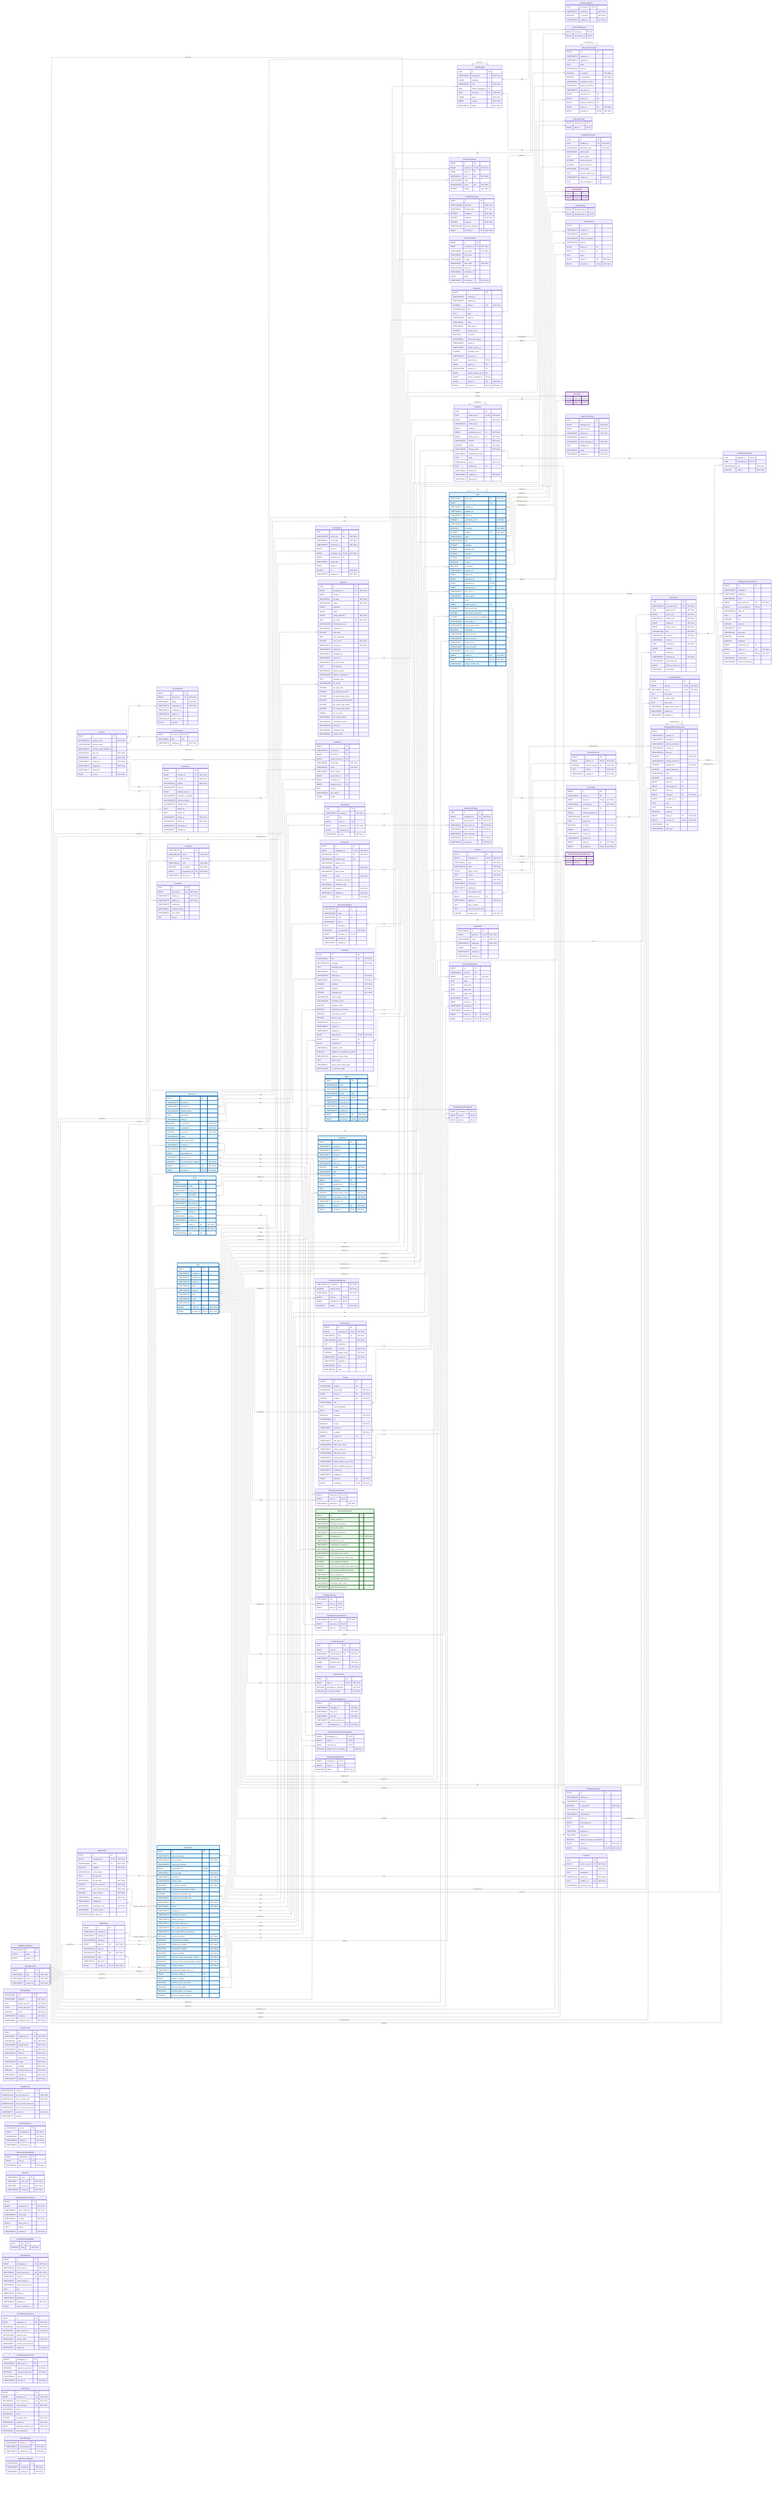
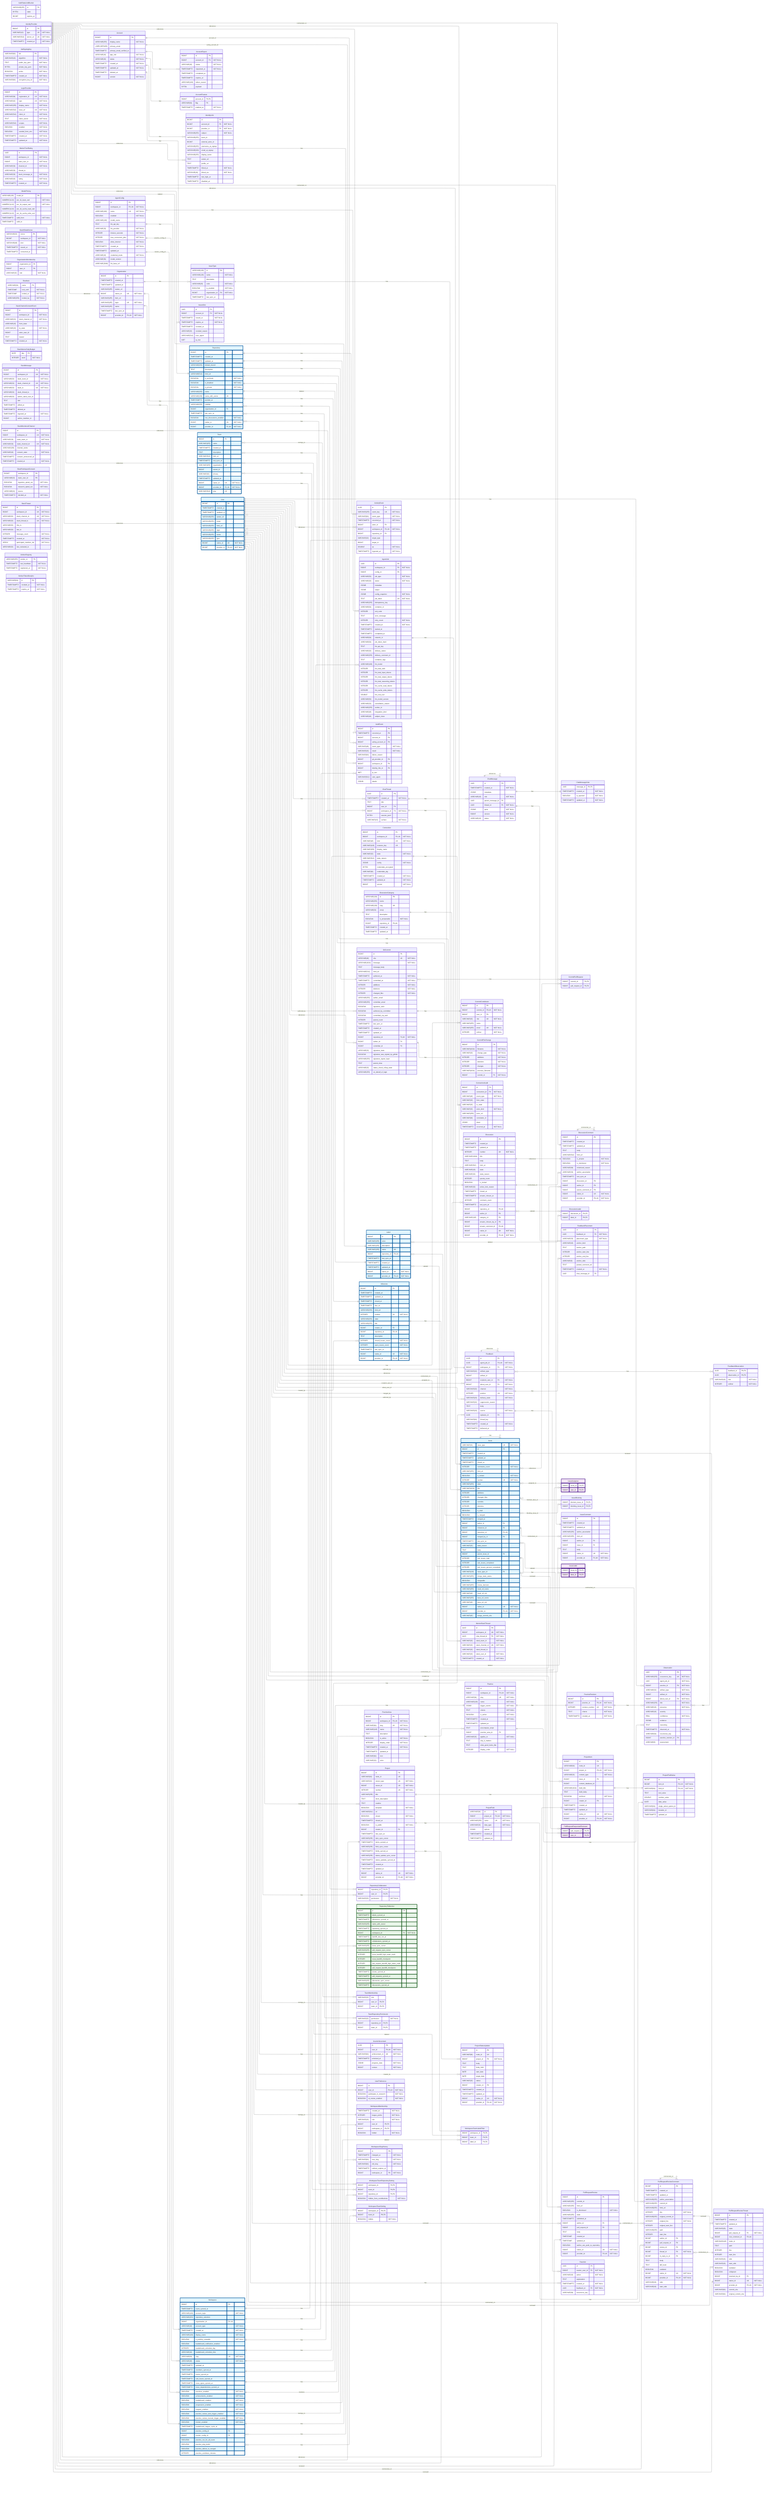
---
config:
    layout: elk
---
erDiagram
    %% Generated automatically from PostgreSQL database schema
    %% using scripts/generate-mermaid-erd.ts
    %% To regenerate: pnpm run db:generate-erd-docs

    direction LR

    Account {
        BIGINT id PK
        VARCHAR(255) display_name "NOT NULL"
        USER-DEFINED primary_email
        TIMESTAMPTZ primary_email_verified_at
        VARCHAR(16) app_role "NOT NULL"
        VARCHAR(16) status "NOT NULL"
        TIMESTAMPTZ created_at "NOT NULL"
        TIMESTAMPTZ updated_at "NOT NULL"
        TIMESTAMPTZ deleted_at
        BIGINT version "NOT NULL"
    }

    AccountExport {
        BIGINT id PK
        BIGINT account_id FK "NOT NULL"
        VARCHAR(16) status "NOT NULL"
        TIMESTAMPTZ requested_at "NOT NULL"
        TIMESTAMPTZ completed_at
        TIMESTAMPTZ expires_at
        VARCHAR(128) failure_reason
        BYTEA payload
    }

    AccountFeature {
        BIGINT account_id PK,FK
        VARCHAR(64) flag PK
        TIMESTAMPTZ enabled_at "NOT NULL"
    }

    ActivityEvent {
        UUID id PK
        VARCHAR(255) event_key UK "NOT NULL"
        VARCHAR(64) event_type "NOT NULL"
        TIMESTAMPTZ occurred_at "NOT NULL"
        BIGINT actor_id FK
        BIGINT workspace_id FK,UK "NOT NULL"
        BIGINT repository_id FK
        VARCHAR(32) target_type
        BIGINT target_id
        DOUBLE xp "NOT NULL"
        TIMESTAMPTZ ingested_at "NOT NULL"
    }

    AgentConfig {
        BIGINT id PK
        BIGINT workspace_id FK,UK "NOT NULL"
        VARCHAR(100) name UK "NOT NULL"
        BOOLEAN enabled "NOT NULL"
        VARCHAR(128) model_name
        TEXT llm_api_key
        VARCHAR(32) llm_provider "NOT NULL"
        INTEGER timeout_seconds "NOT NULL"
        INTEGER max_concurrent_jobs "NOT NULL"
        BOOLEAN allow_internet "NOT NULL"
        TIMESTAMPTZ created_at "NOT NULL"
        TIMESTAMPTZ updated_at
        VARCHAR(16) credential_mode "NOT NULL"
        VARCHAR(50) model_version
        VARCHAR(2048) llm_base_url
    }

    AgentJob {
        UUID id PK
        BIGINT workspace_id FK "NOT NULL"
        BIGINT config_id FK
        VARCHAR(50) job_type "NOT NULL"
        VARCHAR(20) status "NOT NULL"
        JSONB metadata
        JSONB output
        JSONB config_snapshot "NOT NULL"
        TEXT job_token UK "NOT NULL"
        VARCHAR(255) idempotency_key
        VARCHAR(64) container_id
        INTEGER exit_code
        TEXT error_message
        INTEGER retry_count "NOT NULL"
        TIMESTAMPTZ created_at "NOT NULL"
        TIMESTAMPTZ started_at
        TIMESTAMPTZ completed_at
        VARCHAR(64) network_id
        VARCHAR(64) job_token_hash
        TEXT llm_api_key
        VARCHAR(20) delivery_status
        VARCHAR(255) delivery_comment_id
        TEXT container_logs
        VARCHAR(100) llm_model
        INTEGER llm_total_calls
        INTEGER llm_total_input_tokens
        INTEGER llm_total_output_tokens
        INTEGER llm_total_reasoning_tokens
        INTEGER llm_cache_read_tokens
        INTEGER llm_cache_write_tokens
        DOUBLE llm_cost_usd
        VARCHAR(50) llm_model_version
        VARCHAR(32) cancellation_reason
        VARCHAR(255) worker_id
        VARCHAR(48) integration_kind
        VARCHAR(48) subject_class
    }

    AuthEvent {
        BIGINT id PK
        TIMESTAMPTZ occurred_at PK
        BIGINT account_id FK
        BIGINT acting_account_id FK
        VARCHAR(48) event_type "NOT NULL"
        VARCHAR(16) result "NOT NULL"
        VARCHAR(64) failure_reason
        BIGINT git_provider_id FK
        BIGINT workspace_id FK
        BIGINT identity_link_id FK
        INET ip_inet
        VARCHAR(512) user_agent
        JSONB details
    }

    AuthRateLimitBucket {
        VARCHAR(255) id PK
        BYTEA state
        BIGINT expires_at
    }

    ChatMessage {
        UUID id PK
        TIMESTAMPTZ created_at "NOT NULL"
        JSONB metadata
        VARCHAR(16) role "NOT NULL"
        UUID parent_message_id FK
        UUID thread_id FK "NOT NULL"
        JSONB parts "NOT NULL"
        BIGINT version "NOT NULL"
        VARCHAR(16) status "NOT NULL"
    }

    ChatMessageVote {
        UUID message_id PK,FK
        TIMESTAMPTZ created_at "NOT NULL"
        BOOLEAN is_upvoted "NOT NULL"
        TIMESTAMPTZ updated_at "NOT NULL"
    }

    ChatThread {
        UUID id PK
        TIMESTAMPTZ created_at "NOT NULL"
        TEXT title
        BIGINT user_id FK
        BIGINT workspace_id FK "NOT NULL"
        BYTEA session_jsonl
        VARCHAR(16) surface "NOT NULL"
    }

    CommitContributor {
        BIGINT id PK
        BIGINT commit_id FK,UK "NOT NULL"
        BIGINT user_id FK
        VARCHAR(32) role UK "NOT NULL"
        VARCHAR(255) name
        VARCHAR(255) email UK "NOT NULL"
        INTEGER ordinal "NOT NULL"
    }

    CommitFileChange {
        BIGINT id PK
        VARCHAR(1024) filename "NOT NULL"
        VARCHAR(32) change_type "NOT NULL"
        INTEGER additions "NOT NULL"
        INTEGER deletions "NOT NULL"
        INTEGER changes "NOT NULL"
        VARCHAR(1024) previous_filename
        BIGINT commit_id FK "NOT NULL"
    }

    CommitPullRequest {
        BIGINT commit_id PK,FK
        BIGINT pull_request_id PK,FK
    }

    Connection {
        BIGINT id PK
        BIGINT workspace_id FK,UK "NOT NULL"
        VARCHAR(48) kind UK "NOT NULL"
        VARCHAR(128) instance_key UK
        VARCHAR(256) display_name
        VARCHAR(32) state "NOT NULL"
        VARCHAR(512) state_reason
        JSONB config "NOT NULL"
        BYTEA credentials_encrypted
        VARCHAR(64) credentials_alg
        TIMESTAMPTZ created_at "NOT NULL"
        TIMESTAMPTZ updated_at "NOT NULL"
        BIGINT version "NOT NULL"
    }

    ConnectionAudit {
        BIGINT id PK
        BIGINT connection_id FK "NOT NULL"
        VARCHAR(48) event_type "NOT NULL"
        VARCHAR(32) from_state
        VARCHAR(32) to_state
        VARCHAR(32) actor_kind "NOT NULL"
        VARCHAR(256) actor_ref
        VARCHAR(64) correlation_id
        JSONB detail
        TIMESTAMPTZ occurred_at "NOT NULL"
    }

    Discussion {
        BIGINT id PK
        TIMESTAMPTZ created_at
        TIMESTAMPTZ updated_at
        INTEGER number UK "NOT NULL"
        VARCHAR(1024) title
        TEXT body
        VARCHAR(512) html_url
        VARCHAR(16) state
        VARCHAR(32) state_reason
        INTEGER upvote_count
        BOOLEAN is_locked
        VARCHAR(32) active_lock_reason
        TIMESTAMPTZ closed_at
        TIMESTAMPTZ answer_chosen_at
        INTEGER comment_count
        TIMESTAMPTZ last_sync_at
        BIGINT repository_id FK,UK
        BIGINT author_id FK
        VARCHAR(128) category_id FK
        BIGINT answer_chosen_by_id FK
        BIGINT answer_comment_id FK,UK
        BIGINT native_id UK "NOT NULL"
        BIGINT provider_id FK,UK "NOT NULL"
    }

    DiscussionCategory {
        VARCHAR(128) id PK
        VARCHAR(255) name
        VARCHAR(128) slug UK
        VARCHAR(32) emoji
        TEXT description
        BOOLEAN is_answerable "NOT NULL"
        BIGINT repository_id FK,UK
        TIMESTAMPTZ created_at
        TIMESTAMPTZ updated_at
    }

    DiscussionComment {
        BIGINT id PK
        TIMESTAMPTZ created_at
        TIMESTAMPTZ updated_at
        TEXT body
        VARCHAR(512) html_url
        BOOLEAN is_answer "NOT NULL"
        BOOLEAN is_minimized "NOT NULL"
        VARCHAR(64) minimized_reason
        VARCHAR(32) author_association
        TIMESTAMPTZ last_sync_at
        BIGINT discussion_id FK
        BIGINT author_id FK
        BIGINT parent_comment_id FK
        BIGINT native_id UK "NOT NULL"
        BIGINT provider_id FK,UK "NOT NULL"
    }

    DiscussionLabel {
        BIGINT discussion_id PK,FK
        BIGINT label_id PK,FK
    }

    Feedback {
        UUID id PK
        UUID agent_job_id FK,UK "NOT NULL"
        BIGINT workspace_id FK "NOT NULL"
        VARCHAR(32) artifact_type
        BIGINT artifact_id
        BIGINT recipient_user_id FK "NOT NULL"
        BIGINT about_user_id FK "NOT NULL"
        VARCHAR(32) channel "NOT NULL"
        INTEGER position UK "NOT NULL"
        VARCHAR(16) delivery_state "NOT NULL"
        VARCHAR(32) suppression_reason
        TEXT body
        VARCHAR(16) source "NOT NULL"
        UUID replaces_id FK
        VARCHAR(64) thread_key
        TIMESTAMPTZ created_at "NOT NULL"
        TIMESTAMPTZ delivered_at
    }

    FeedbackObservation {
        UUID feedback_id PK,FK
        UUID observation_id PK,FK
        VARCHAR(16) role "NOT NULL"
        INTEGER ordinal "NOT NULL"
    }

    FeedbackPlacement {
        UUID id PK
        UUID feedback_id FK "NOT NULL"
        VARCHAR(32) placement_type "NOT NULL"
        VARCHAR(16) anchor_kind
        TEXT anchor_path
        INTEGER anchor_start_line
        INTEGER anchor_end_line
        VARCHAR(8) anchor_side
        TEXT posted_comment_ref
        TIMESTAMPTZ created_at "NOT NULL"
        UUID chat_message_id FK
    }

    GitCommit {
        BIGINT id PK
        VARCHAR(40) sha UK "NOT NULL"
        VARCHAR(1024) message "NOT NULL"
        TEXT message_body
        VARCHAR(512) html_url
        TIMESTAMPTZ authored_at "NOT NULL"
        TIMESTAMPTZ committed_at "NOT NULL"
        INTEGER additions "NOT NULL"
        INTEGER deletions "NOT NULL"
        INTEGER changed_files "NOT NULL"
        VARCHAR(255) author_email
        VARCHAR(255) committer_email
        BOOLEAN signature_valid
        BOOLEAN authored_by_committer
        BOOLEAN committed_via_web
        INTEGER parent_count
        TIMESTAMPTZ last_sync_at
        TIMESTAMPTZ created_at
        TIMESTAMPTZ updated_at
        BIGINT repository_id FK,UK "NOT NULL"
        BIGINT author_id FK
        BIGINT committer_id FK
        VARCHAR(32) signature_state
        BOOLEAN signature_was_signed_by_github
        VARCHAR(255) signature_signer_login
        TEXT parent_shas
        VARCHAR(32) status_check_rollup_state
        VARCHAR(255) on_behalf_of_login
    }

    IdentityLink {
        BIGINT id PK
        BIGINT account_id FK "NOT NULL"
        BIGINT provider_id FK "NOT NULL"
        VARCHAR(255) subject "NOT NULL"
        VARCHAR(255) team_id
        BIGINT external_actor_id
        VARCHAR(255) username_at_signup
        VARCHAR(320) email_at_signup
        VARCHAR(255) display_name
        TEXT avatar_url
        TEXT profile_url
        TIMESTAMPTZ linked_at "NOT NULL"
        VARCHAR(16) linked_via "NOT NULL"
        TIMESTAMPTZ last_login_at
        TIMESTAMPTZ disabled_at
    }

    IdentityProvider {
        BIGINT id PK
        VARCHAR(10) type UK "NOT NULL"
        VARCHAR(512) server_url UK "NOT NULL"
        TIMESTAMPTZ created_at "NOT NULL"
    }

    Issue {
        VARCHAR(31) issue_type UK "NOT NULL"
        BIGINT id PK
        TIMESTAMPTZ created_at
        TIMESTAMPTZ updated_at
        TIMESTAMPTZ closed_at
        INTEGER comments_count "NOT NULL"
        VARCHAR(255) html_url
        BOOLEAN is_locked "NOT NULL"
        INTEGER number UK "NOT NULL"
        VARCHAR(255) state
        VARCHAR(1024) title
        INTEGER additions
        INTEGER changed_files
        INTEGER commits
        INTEGER deletions
        BOOLEAN is_draft
        BOOLEAN is_merged
        TIMESTAMPTZ merged_at
        BIGINT author_id FK
        BIGINT milestone_id FK
        BIGINT repository_id FK,UK
        BIGINT merged_by_id FK
        TIMESTAMPTZ last_sync_at
        VARCHAR(32) state_reason
        TEXT body
        BIGINT parent_issue_id FK
        INTEGER sub_issues_total
        INTEGER sub_issues_completed
        INTEGER sub_issues_percent_completed
        VARCHAR(128) issue_type_id FK
        VARCHAR(255) merge_state_status
        BOOLEAN mergeable
        VARCHAR(255) review_decision
        VARCHAR(255) head_ref_name
        VARCHAR(40) head_ref_oid
        VARCHAR(255) base_ref_name
        VARCHAR(40) base_ref_oid
        BIGINT native_id UK "NOT NULL"
        BIGINT provider_id FK,UK "NOT NULL"
        VARCHAR(40) merge_commit_sha
    }

    IssueAssignee {
        BIGINT issue_id PK,FK
        BIGINT user_id PK,FK
    }

    IssueBlocking {
        BIGINT blocked_issue_id PK,FK
        BIGINT blocking_issue_id PK,FK
    }

    IssueComment {
        BIGINT id PK
        TIMESTAMPTZ created_at
        TIMESTAMPTZ updated_at
        VARCHAR(255) author_association
        VARCHAR(255) html_url
        BIGINT author_id FK
        BIGINT issue_id FK
        TEXT body
        BIGINT native_id UK "NOT NULL"
        BIGINT provider_id FK,UK "NOT NULL"
    }

    IssueLabel {
        BIGINT issue_id PK,FK
        BIGINT label_id PK,FK
    }

    IssueType {
        VARCHAR(128) id PK
        VARCHAR(128) name "NOT NULL"
        TEXT description
        VARCHAR(20) color "NOT NULL"
        BOOLEAN is_enabled "NOT NULL"
        BIGINT organization_id FK "NOT NULL"
        TIMESTAMPTZ last_sync_at
    }

    IssuedJwt {
        UUID jti PK
        BIGINT account_id FK "NOT NULL"
        TIMESTAMPTZ issued_at "NOT NULL"
        TIMESTAMPTZ expires_at "NOT NULL"
        TIMESTAMPTZ revoked_at
        VARCHAR(32) revoked_reason
        VARCHAR(512) user_agent
        INET ip_inet
    }

    JwtSigningKey {
        VARCHAR(64) kid PK
        VARCHAR(16) algorithm "NOT NULL"
        TEXT public_key_pem "NOT NULL"
        BYTEA private_key_pem "NOT NULL"
        BOOLEAN active "NOT NULL"
        TIMESTAMPTZ created_at "NOT NULL"
        VARCHAR(64) encryption_key_id "NOT NULL"
    }

    Label {
        BIGINT id PK
        VARCHAR(255) color
        VARCHAR(255) description
        VARCHAR(255) name UK
        BIGINT repository_id FK,UK
        TIMESTAMPTZ last_sync_at
        TIMESTAMPTZ created_at
        TIMESTAMPTZ updated_at
        BIGINT native_id UK "NOT NULL"
        BIGINT provider_id FK,UK "NOT NULL"
    }

    LoginProvider {
        BIGINT id PK
        VARCHAR(64) registration_id UK "NOT NULL"
        VARCHAR(10) type UK "NOT NULL"
        VARCHAR(255) display_name "NOT NULL"
        VARCHAR(512) base_url UK "NOT NULL"
        VARCHAR(512) client_id "NOT NULL"
        TEXT client_secret "NOT NULL"
        VARCHAR(512) scopes "NOT NULL"
        BOOLEAN enabled "NOT NULL"
        BOOLEAN seeded_from_env "NOT NULL"
        TIMESTAMPTZ created_at "NOT NULL"
        TIMESTAMPTZ updated_at "NOT NULL"
    }

    MentorSlackThread {
        UUID id PK
        BIGINT workspace_id UK "NOT NULL"
        UUID chat_thread_id FK "NOT NULL"
        VARCHAR(32) slack_team_id "NOT NULL"
        VARCHAR(32) slack_channel_id UK "NOT NULL"
        VARCHAR(32) slack_thread_ts
        VARCHAR(32) slack_user_id "NOT NULL"
        TIMESTAMPTZ created_at "NOT NULL"
    }

    MentorTurnRating {
        UUID id PK
        BIGINT workspace_id "NOT NULL"
        BIGINT rater_user_id "NOT NULL"
        VARCHAR(32) channel_id "NOT NULL"
        VARCHAR(32) thread_ts
        VARCHAR(32) slack_message_ts "NOT NULL"
-         UUID feedback_id FK
        VARCHAR(16) rating "NOT NULL"
        TIMESTAMPTZ created_at "NOT NULL"
    }

    Milestone {
        BIGINT id PK
        TIMESTAMPTZ created_at
        TIMESTAMPTZ updated_at
        TIMESTAMPTZ closed_at
        TIMESTAMPTZ due_on
        VARCHAR(255) html_url
        INTEGER number UK "NOT NULL"
        VARCHAR(255) state
        VARCHAR(255) title
        BIGINT creator_id FK
        BIGINT repository_id FK,UK
        TEXT description
        INTEGER closed_issues_count "NOT NULL"
        INTEGER open_issues_count "NOT NULL"
        TIMESTAMPTZ last_sync_at
        BIGINT native_id UK "NOT NULL"
        BIGINT provider_id FK,UK "NOT NULL"
    }

    ModelPricing {
        VARCHAR(128) model_id PK
        NUMERIC(12,6) per_1k_input_usd "NOT NULL"
        NUMERIC(12,6) per_1k_output_usd "NOT NULL"
        NUMERIC(12,6) per_1k_cache_read_usd
        NUMERIC(12,6) per_1k_cache_write_usd
        TIMESTAMPTZ valid_from "NOT NULL"
        TIMESTAMPTZ valid_to
    }

    OauthStateNonce {
        VARCHAR(32) nonce PK
        BIGINT workspace_id "NOT NULL"
        VARCHAR(48) kind "NOT NULL"
        TIMESTAMPTZ issued_at "NOT NULL"
        TIMESTAMPTZ consumed_at
    }

    Observation {
        UUID id PK
        VARCHAR(255) occurrence_key UK "NOT NULL"
        UUID agent_job_id "NOT NULL"
        BIGINT practice_id FK "NOT NULL"
        VARCHAR(32) artifact_type "NOT NULL"
        BIGINT artifact_id "NOT NULL"
        BIGINT about_user_id FK "NOT NULL"
        VARCHAR(255) title "NOT NULL"
        VARCHAR(16) presence "NOT NULL"
        VARCHAR(16) severity
        REAL confidence "NOT NULL"
        JSONB evidence
        TEXT reasoning
        TIMESTAMPTZ observed_at "NOT NULL"
        VARCHAR(64) recurrence_key
        BIGINT practice_revision_id FK
        VARCHAR(8) assessment
    }

    Organization {
        BIGINT id PK
        TIMESTAMPTZ created_at
        TIMESTAMPTZ updated_at
        VARCHAR(255) avatar_url
        BIGINT native_id UK "NOT NULL"
        VARCHAR(255) html_url
        VARCHAR(255) login UK "NOT NULL"
        VARCHAR(255) name
        TIMESTAMPTZ last_sync_at
        BIGINT provider_id FK,UK "NOT NULL"
    }

    OrganizationMembership {
        BIGINT organization_id PK
        BIGINT user_id PK
        VARCHAR(32) role "NOT NULL"
    }

    Practice {
        BIGINT id PK
        BIGINT workspace_id FK,UK "NOT NULL"
        VARCHAR(64) slug UK "NOT NULL"
        VARCHAR(128) name "NOT NULL"
        JSONB trigger_events "NOT NULL"
        TEXT criteria "NOT NULL"
        BOOLEAN is_active "NOT NULL"
        TIMESTAMPTZ created_at "NOT NULL"
        TIMESTAMPTZ updated_at
        TEXT precompute_script
        BIGINT practice_area_id FK
        VARCHAR(32) applies_to "NOT NULL"
        TEXT why_it_matters
        TEXT what_good_looks_like
        INTEGER display_order "NOT NULL"
    }

    PracticeArea {
        BIGINT id PK
        BIGINT workspace_id FK,UK "NOT NULL"
        VARCHAR(64) slug UK "NOT NULL"
        VARCHAR(128) name "NOT NULL"
        TEXT description
        BOOLEAN is_active "NOT NULL"
        INTEGER display_order "NOT NULL"
        TIMESTAMPTZ created_at "NOT NULL"
        TIMESTAMPTZ updated_at
        VARCHAR(64) icon
        VARCHAR(32) color
    }

    PracticeRevision {
        BIGINT id PK
        BIGINT practice_id FK,UK "NOT NULL"
        INTEGER revision_number UK "NOT NULL"
        TEXT criteria "NOT NULL"
        TIMESTAMPTZ created_at "NOT NULL"
    }

    Project {
        BIGINT id PK
        VARCHAR(64) node_id UK
        VARCHAR(32) owner_type UK "NOT NULL"
        BIGINT owner_id UK "NOT NULL"
        INTEGER number UK "NOT NULL"
        VARCHAR(256) title
        TEXT short_description
        TEXT readme
        BOOLEAN template "NOT NULL"
        VARCHAR(512) url
        BOOLEAN closed "NOT NULL"
        TIMESTAMPTZ closed_at
        BOOLEAN is_public "NOT NULL"
        BIGINT creator_id FK
        TIMESTAMPTZ last_sync_at
        VARCHAR(256) item_sync_cursor
        TIMESTAMPTZ items_synced_at
        VARCHAR(256) field_sync_cursor
        TIMESTAMPTZ fields_synced_at
        VARCHAR(256) status_update_sync_cursor
        TIMESTAMPTZ status_updates_synced_at
        TIMESTAMPTZ created_at
        TIMESTAMPTZ updated_at
        BIGINT native_id UK "NOT NULL"
        BIGINT provider_id FK,UK "NOT NULL"
    }

    ProjectField {
        VARCHAR(64) id PK
        BIGINT project_id FK,UK "NOT NULL"
        VARCHAR(256) name UK "NOT NULL"
        VARCHAR(32) data_type "NOT NULL"
        JSONB options
        TIMESTAMPTZ created_at
        TIMESTAMPTZ updated_at
    }

    ProjectFieldValue {
        BIGINT id PK
        BIGINT item_id FK,UK "NOT NULL"
        VARCHAR(64) field_id FK,UK "NOT NULL"
        TEXT text_value
        DOUBLE number_value
        DATE date_value
        VARCHAR(64) single_select_option_id
        VARCHAR(64) iteration_id
        TIMESTAMPTZ updated_at
    }

    ProjectItem {
        BIGINT id PK
        VARCHAR(64) node_id UK
        BIGINT project_id FK,UK "NOT NULL"
        VARCHAR(32) content_type "NOT NULL"
        BIGINT issue_id FK
        BIGINT content_database_id
        VARCHAR(1024) draft_title
        TEXT draft_body
        BOOLEAN archived "NOT NULL"
        BIGINT creator_id FK
        TIMESTAMPTZ created_at
        TIMESTAMPTZ updated_at
        BIGINT native_id UK "NOT NULL"
        BIGINT provider_id FK,UK "NOT NULL"
    }

    ProjectStatusUpdate {
        BIGINT id PK
        VARCHAR(64) node_id UK
        BIGINT project_id FK "NOT NULL"
        TEXT body
        TEXT body_html
        DATE start_date
        DATE target_date
        VARCHAR(32) status
        BIGINT creator_id FK
        TIMESTAMPTZ created_at
        TIMESTAMPTZ updated_at
        BIGINT native_id UK "NOT NULL"
        BIGINT provider_id FK,UK "NOT NULL"
    }

    PullRequestRequestedReviewer {
        BIGINT pull_request_id PK,FK
        BIGINT user_id PK,FK
    }

    PullRequestReview {
        BIGINT id PK
        VARCHAR(255) commit_id
        VARCHAR(255) html_url
        BOOLEAN is_dismissed "NOT NULL"
        VARCHAR(255) state
        TIMESTAMPTZ submitted_at
        BIGINT author_id FK
        BIGINT pull_request_id FK
        TEXT body
        TIMESTAMP created_at
        TIMESTAMP updated_at
        BOOLEAN author_can_push_to_repository
        BIGINT native_id UK "NOT NULL"
        BIGINT provider_id FK,UK "NOT NULL"
    }

    PullRequestReviewComment {
        BIGINT id PK
        TIMESTAMPTZ created_at
        TIMESTAMPTZ updated_at
        VARCHAR(255) author_association
        VARCHAR(255) commit_id
        VARCHAR(255) html_url
        INTEGER line "NOT NULL"
        VARCHAR(255) original_commit_id
        INTEGER original_line "NOT NULL"
        INTEGER original_start_line
        VARCHAR(255) path
        INTEGER start_line
        BIGINT author_id FK
        BIGINT pull_request_id FK
        BIGINT review_id FK
        BIGINT thread_id FK "NOT NULL"
        BIGINT in_reply_to_id FK
        TEXT body
        TEXT diff_hunk
        BOOLEAN outdated
        BIGINT native_id UK "NOT NULL"
        BIGINT provider_id FK,UK "NOT NULL"
        VARCHAR(16) side
        VARCHAR(16) start_side
    }

    PullRequestReviewThread {
        BIGINT id PK
        TIMESTAMPTZ created_at
        TIMESTAMPTZ updated_at
        VARCHAR(20) state
        BIGINT pull_request_id FK "NOT NULL"
        BIGINT root_comment_id FK,UK
        VARCHAR(128) node_id
        TEXT path
        INTEGER line
        INTEGER start_line
        VARCHAR(16) side
        VARCHAR(16) start_side
        BOOLEAN outdated
        BOOLEAN collapsed
        BIGINT resolved_by_id FK
        BIGINT native_id UK "NOT NULL"
        BIGINT provider_id FK,UK "NOT NULL"
        VARCHAR(64) commit_sha
        VARCHAR(64) original_commit_sha
    }

    Reaction {
        UUID id PK
        BIGINT reactor_user_id FK "NOT NULL"
        VARCHAR(16) action "NOT NULL"
        TEXT explanation
        TIMESTAMPTZ created_at "NOT NULL"
        UUID feedback_id FK "NOT NULL"
        VARCHAR(64) recurrence_key
    }

    Repository {
        BIGINT id PK
        TIMESTAMPTZ created_at
        TIMESTAMPTZ updated_at
        VARCHAR(255) default_branch
        TEXT description
        VARCHAR(512) html_url
        BOOLEAN is_archived "NOT NULL"
        BOOLEAN is_disabled "NOT NULL"
        BOOLEAN is_private "NOT NULL"
        VARCHAR(255) name
        VARCHAR(150) name_with_owner UK
        TIMESTAMPTZ pushed_at
        VARCHAR(255) visibility
        BIGINT organization_id FK
        TIMESTAMPTZ last_sync_at
        BOOLEAN has_discussions_enabled "NOT NULL"
        BIGINT native_id UK "NOT NULL"
        BIGINT provider_id FK,UK "NOT NULL"
    }

    RepositoryCollaborator {
        BIGINT repository_id PK,FK
        BIGINT user_id PK,FK
        VARCHAR(32) permission "NOT NULL"
    }

    RepositoryToMonitor {
        BIGINT id PK
        TIMESTAMPTZ labels_synced_at
        TIMESTAMPTZ milestones_synced_at
        VARCHAR(255) name_with_owner
        TIMESTAMPTZ repository_synced_at
        BIGINT workspace_id FK "NOT NULL"
        TIMESTAMPTZ backfill_last_run_at
        TIMESTAMPTZ collaborators_synced_at
        VARCHAR(255) issue_sync_cursor
        VARCHAR(255) pull_request_sync_cursor
        INTEGER issue_backfill_high_water_mark
        INTEGER issue_backfill_checkpoint
        INTEGER pull_request_backfill_high_water_mark
        INTEGER pull_request_backfill_checkpoint
        TIMESTAMPTZ issues_synced_at
        TIMESTAMPTZ pull_requests_synced_at
        VARCHAR(255) discussion_sync_cursor
        TIMESTAMPTZ discussions_synced_at
    }

    Shedlock {
        VARCHAR(64) name PK
        TIMESTAMP lock_until "NOT NULL"
        TIMESTAMP locked_at "NOT NULL"
        VARCHAR(255) locked_by "NOT NULL"
    }

    SlackChannelConsentEvent {
        BIGINT id PK
        BIGINT workspace_id "NOT NULL"
        VARCHAR(32) slack_channel_id "NOT NULL"
        VARCHAR(16) from_state
        VARCHAR(16) to_state "NOT NULL"
        BIGINT actor_user_id
        TEXT reason
        TIMESTAMPTZ created_at "NOT NULL"
    }

    SlackMentorDailyBudget {
        DATE day PK
        INTEGER used "NOT NULL"
    }

    SlackMessage {
        BIGINT id PK
        BIGINT workspace_id UK "NOT NULL"
        VARCHAR(32) slack_team_id "NOT NULL"
        VARCHAR(32) slack_channel_id UK "NOT NULL"
        VARCHAR(32) slack_ts UK "NOT NULL"
        VARCHAR(32) slack_thread_ts
        VARCHAR(32) author_slack_user_id
        TEXT text
        TIMESTAMPTZ edited_at
        TIMESTAMPTZ deleted_at
        TIMESTAMPTZ ingested_at "NOT NULL"
        BIGINT author_member_id
    }

    SlackMonitoredChannel {
        BIGINT id PK
        BIGINT workspace_id UK "NOT NULL"
        VARCHAR(32) slack_team_id "NOT NULL"
        VARCHAR(32) slack_channel_id UK "NOT NULL"
        VARCHAR(256) channel_name
        VARCHAR(16) consent_state "NOT NULL"
        TIMESTAMPTZ consent_announced_at
        TIMESTAMPTZ created_at "NOT NULL"
    }

    SlackParticipantConsent {
        BIGINT workspace_id PK
        VARCHAR(32) slack_user_id PK
        BOOLEAN ingestion_opted_out "NOT NULL"
        BOOLEAN research_opted_out "NOT NULL"
        VARCHAR(32) source
        TIMESTAMPTZ decided_at "NOT NULL"
    }

    SlackThread {
        BIGINT id PK
        BIGINT workspace_id UK "NOT NULL"
        VARCHAR(32) slack_channel_id UK "NOT NULL"
        VARCHAR(32) slack_thread_ts UK "NOT NULL"
        VARCHAR(32) first_ts
        VARCHAR(32) last_ts
        INTEGER message_count "NOT NULL"
        TIMESTAMPTZ created_at "NOT NULL"
        ARRAY participant_member_ids "NOT NULL"
        VARCHAR(32) last_reviewed_ts
    }

    Team {
        BIGINT id PK
        VARCHAR(255) name
        TIMESTAMPTZ created_at
        TEXT description
        VARCHAR(512) html_url
        TIMESTAMPTZ last_sync_at
        VARCHAR(255) organization UK
        BIGINT parent_id
        VARCHAR(32) privacy
        TIMESTAMPTZ updated_at
        BIGINT native_id UK "NOT NULL"
        BIGINT provider_id FK,UK "NOT NULL"
        VARCHAR(512) slug UK
    }

    TeamMembership {
        VARCHAR(32) role
        BIGINT user_id PK,FK
        BIGINT team_id PK,FK
    }

    TeamRepositoryPermission {
        VARCHAR(32) permission "NOT NULL"
        BIGINT repository_id PK,FK
        BIGINT team_id PK,FK
    }

    User {
        BIGINT id PK
        TIMESTAMPTZ created_at
        TIMESTAMPTZ updated_at
        VARCHAR(255) avatar_url
        VARCHAR(255) email
        VARCHAR(255) html_url
        VARCHAR(255) login
        VARCHAR(255) name
        VARCHAR(255) type
        BIGINT native_id UK "NOT NULL"
        BIGINT provider_id FK,UK "NOT NULL"
    }

    UserAchievement {
        UUID id PK
        BIGINT user_id FK,UK "NOT NULL"
        VARCHAR(64) achievement_id UK "NOT NULL"
        TIMESTAMPTZ unlocked_at
        JSONB progress_data "NOT NULL"
        BIGINT version "NOT NULL"
    }

    UserPreference {
        BIGINT id PK
        BIGINT user_id FK,UK "NOT NULL"
        BOOLEAN participate_in_research "NOT NULL"
        BOOLEAN ai_review_enabled "NOT NULL"
    }

    WorkerRegistry {
        VARCHAR(255) worker_id PK
        TIMESTAMPTZ last_heartbeat "NOT NULL"
        TIMESTAMPTZ registered_at "NOT NULL"
    }

    WorkerTokenDenylist {
        VARCHAR(64) jti PK
        TIMESTAMPTZ revoked_at "NOT NULL"
        TIMESTAMPTZ expires_at "NOT NULL"
    }

    Workspace {
        BIGINT id PK
        TIMESTAMPTZ users_synced_at
        VARCHAR(120) account_login "NOT NULL"
        VARCHAR(255) repository_selection
        BIGINT organization_id FK,UK
        VARCHAR(10) account_type "NOT NULL"
        TIMESTAMPTZ created_at "NOT NULL"
        VARCHAR(120) display_name "NOT NULL"
        BOOLEAN is_publicly_viewable "NOT NULL"
        BOOLEAN leaderboard_notification_enabled
        INTEGER leaderboard_schedule_day
        VARCHAR(10) leaderboard_schedule_time
        VARCHAR(64) slug UK "NOT NULL"
        VARCHAR(20) status "NOT NULL"
        TIMESTAMPTZ updated_at
        TIMESTAMPTZ members_synced_at
        TIMESTAMPTZ teams_synced_at
        TIMESTAMPTZ sub_issues_synced_at
        TIMESTAMPTZ issue_types_synced_at
        TIMESTAMPTZ issue_dependencies_synced_at
        BOOLEAN practices_enabled "NOT NULL"
        BOOLEAN achievements_enabled "NOT NULL"
        BOOLEAN leaderboard_enabled "NOT NULL"
        BOOLEAN progression_enabled "NOT NULL"
        BOOLEAN leagues_enabled "NOT NULL"
        BOOLEAN practice_review_auto_trigger_enabled "NOT NULL"
        BOOLEAN practice_review_manual_trigger_enabled "NOT NULL"
        BOOLEAN mentor_enabled "NOT NULL"
        TIMESTAMPTZ leaderboard_league_cycle_at
        BIGINT practice_config_id FK
        BIGINT mentor_config_id FK
        BOOLEAN practice_run_for_all_users
        BOOLEAN practice_skip_drafts
        BOOLEAN practice_deliver_to_merged
        INTEGER practice_cooldown_minutes
    }

    WorkspaceMembership {
        TIMESTAMPTZ created_at "NOT NULL"
        INTEGER league_points "NOT NULL"
        VARCHAR(16) role "NOT NULL"
        BIGINT user_id PK,FK
        BIGINT workspace_id PK,FK
        BOOLEAN hidden "NOT NULL"
    }

    WorkspaceSlugHistory {
        BIGINT id PK
        TIMESTAMPTZ changed_at "NOT NULL"
        VARCHAR(64) new_slug "NOT NULL"
        VARCHAR(64) old_slug "NOT NULL"
        TIMESTAMPTZ redirect_expires_at
        BIGINT workspace_id FK "NOT NULL"
    }

    WorkspaceTeamLabelFilter {
        BIGINT workspace_id PK,FK
        BIGINT team_id PK,FK
        BIGINT label_id PK,FK
    }

    WorkspaceTeamRepositorySetting {
        BIGINT workspace_id PK,FK
        BIGINT team_id PK,FK
        BIGINT repository_id PK,FK
        BOOLEAN hidden_from_contributions "NOT NULL"
    }

    WorkspaceTeamSetting {
        BIGINT workspace_id PK,FK
        BIGINT team_id PK,FK
        BOOLEAN hidden "NOT NULL"
    }

    %% Relationships
    %% One-to-One relationships
    Account ||--|| AccountFeature : has
    Workspace ||--|| ActivityEvent : has
    Workspace ||--|| AgentConfig : has
    ChatMessage ||--|| ChatMessageVote : has
    GitCommit ||--|| CommitContributor : has
    Workspace ||--|| Connection : has
    Repository ||--|| Discussion : has
    DiscussionComment ||--|| Discussion : references
    IdentityProvider ||--|| Discussion : references
    Repository ||--|| DiscussionCategory : has
    IdentityProvider ||--|| DiscussionComment : commented_on
    AgentJob ||--|| Feedback : has
    Repository ||--|| GitCommit : has
    Repository ||--|| Issue : has
    IdentityProvider ||--|| Issue : references
    IdentityProvider ||--|| IssueComment : commented_on
    Repository ||--|| Label : labeled
    IdentityProvider ||--|| Label : labeled
    Repository ||--|| Milestone : has
    IdentityProvider ||--|| Milestone : references
    IdentityProvider ||--|| Organization : references
    Workspace ||--|| Practice : has
    Workspace ||--|| PracticeArea : has
    Practice ||--|| PracticeRevision : has
    IdentityProvider ||--|| Project : references
    Project ||--|| ProjectField : has
    ProjectItem ||--|| ProjectFieldValue : has
    ProjectField ||--|| ProjectFieldValue : has
    Project ||--|| ProjectItem : has
    IdentityProvider ||--|| ProjectItem : references
    IdentityProvider ||--|| ProjectStatusUpdate : references
    IdentityProvider ||--|| PullRequestReview : reviewed
    IdentityProvider ||--|| PullRequestReviewComment : commented_on
    PullRequestReviewComment ||--|| PullRequestReviewThread : reviewed
    IdentityProvider ||--|| PullRequestReviewThread : reviewed
    IdentityProvider ||--|| Repository : references
    IdentityProvider ||--|| Team : references
    IdentityProvider ||--|| User : references
    User ||--|| UserAchievement : has
    User ||--|| UserPreference : has
    Organization ||--|| Workspace : has
    User ||--|| WorkspaceMembership : belongs_to
    Workspace ||--|| WorkspaceMembership : belongs_to

    %% One-to-Many relationships
    Account ||--o{ AccountExport : has
    User ||--o{ ActivityEvent : references
    Repository ||--o{ ActivityEvent : has
    Workspace ||--o{ AgentJob : has
    AgentConfig ||--o{ AgentJob : has
    Account ||--o{ AuthEvent : account_id
    Account ||--o{ AuthEvent : acting_account_id
    IdentityProvider ||--o{ AuthEvent : references
    Workspace ||--o{ AuthEvent : has
    IdentityLink ||--o{ AuthEvent : has
    ChatMessage ||--o{ ChatMessage : references
    ChatThread ||--o{ ChatMessage : has
    User ||--o{ ChatThread : has
    Workspace ||--o{ ChatThread : has
    User ||--o{ CommitContributor : has
    GitCommit ||--o{ CommitFileChange : has
    Connection ||--o{ ConnectionAudit : has
    User ||--o{ Discussion : authored_by
    DiscussionCategory ||--o{ Discussion : has
    User ||--o{ Discussion : references
    Discussion ||--o{ DiscussionComment : commented_on
    User ||--o{ DiscussionComment : commented_on
    DiscussionComment ||--o{ DiscussionComment : commented_on
    Workspace ||--o{ Feedback : has
    User ||--o{ Feedback : recipient_user_id
    User ||--o{ Feedback : about_user_id
    Feedback ||--o{ Feedback : references
    Feedback ||--o{ FeedbackPlacement : has
    ChatMessage ||--o{ FeedbackPlacement : has
    User ||--o{ GitCommit : authored_by
    User ||--o{ GitCommit : references
    Account ||--o{ IdentityLink : has
    IdentityProvider ||--o{ IdentityLink : references
    User ||--o{ Issue : authored_by
    Milestone ||--o{ Issue : has
    User ||--o{ Issue : merged_by
    Issue ||--o{ Issue : has
    IssueType ||--o{ Issue : has
    User ||--o{ IssueComment : commented_on
    Issue ||--o{ IssueComment : commented_on
    Organization ||--o{ IssueType : has
    Account ||--o{ IssuedJwt : has
    ChatThread ||--o{ MentorSlackThread : has
-     Feedback ||--o{ MentorTurnRating : has
    User ||--o{ Milestone : created_by
    Practice ||--o{ Observation : has
    User ||--o{ Observation : has
    PracticeRevision ||--o{ Observation : has
    PracticeArea ||--o{ Practice : has
    User ||--o{ Project : created_by
    Issue ||--o{ ProjectItem : has
    User ||--o{ ProjectItem : created_by
    Project ||--o{ ProjectStatusUpdate : has
    User ||--o{ ProjectStatusUpdate : created_by
    User ||--o{ PullRequestReview : reviewed
    Issue ||--o{ PullRequestReview : reviewed
    User ||--o{ PullRequestReviewComment : commented_on
    Issue ||--o{ PullRequestReviewComment : commented_on
    PullRequestReview ||--o{ PullRequestReviewComment : commented_on
    PullRequestReviewThread ||--o{ PullRequestReviewComment : commented_on
    PullRequestReviewComment ||--o{ PullRequestReviewComment : commented_on
    Issue ||--o{ PullRequestReviewThread : reviewed
    User ||--o{ PullRequestReviewThread : reviewed
    User ||--o{ Reaction : has
    Feedback ||--o{ Reaction : has
    Organization ||--o{ Repository : has
    Workspace ||--o{ RepositoryToMonitor : monitors
    AgentConfig ||--o{ Workspace : practice_config_id
    AgentConfig ||--o{ Workspace : mentor_config_id
    Workspace ||--o{ WorkspaceSlugHistory : has

    %% Many-to-Many relationships
    GitCommit }o--o{ CommitPullRequest : has
    Issue }o--o{ CommitPullRequest : references
    Discussion }o--o{ DiscussionLabel : labeled
    Label }o--o{ DiscussionLabel : labeled
    Feedback }o--o{ FeedbackObservation : has
    Observation }o--o{ FeedbackObservation : has
    Issue }o--o{ IssueAssignee : assigned_to
    User }o--o{ IssueAssignee : assigned_to
    Issue }o--o{ IssueBlocking : blocked_issue_id
    Issue }o--o{ IssueBlocking : blocking_issue_id
    Issue }o--o{ IssueLabel : labeled
    Label }o--o{ IssueLabel : labeled
    Issue }o--o{ PullRequestRequestedReviewer : reviewed
    User }o--o{ PullRequestRequestedReviewer : reviewed
    Repository }o--o{ RepositoryCollaborator : has
    User }o--o{ RepositoryCollaborator : has
    User }o--o{ TeamMembership : belongs_to
    Team }o--o{ TeamMembership : belongs_to
    Repository }o--o{ TeamRepositoryPermission : has
    Team }o--o{ TeamRepositoryPermission : has
    Workspace }o--o{ WorkspaceTeamLabelFilter : labeled
    Team }o--o{ WorkspaceTeamLabelFilter : labeled
    Label }o--o{ WorkspaceTeamLabelFilter : labeled
    Workspace }o--o{ WorkspaceTeamRepositorySetting : has
    Team }o--o{ WorkspaceTeamRepositorySetting : has
    Repository }o--o{ WorkspaceTeamRepositorySetting : has
    Workspace }o--o{ WorkspaceTeamSetting : has
    Team }o--o{ WorkspaceTeamSetting : has

    %% Styling
    classDef primaryEntity fill:#e1f5fe,stroke:#01579b,stroke-width:2px
    classDef associationEntity fill:#f3e5f5,stroke:#4a148c,stroke-width:2px
    classDef metadataEntity fill:#e8f5e8,stroke:#1b5e20,stroke-width:2px

    class Issue primaryEntity
    class IssueAssignee associationEntity
    class IssueLabel associationEntity
    class Label primaryEntity
    class Milestone primaryEntity
    class PullRequestRequestedReviewer associationEntity
    class Repository primaryEntity
    class RepositoryToMonitor metadataEntity
    class Team primaryEntity
    class User primaryEntity
    class Workspace primaryEntity
